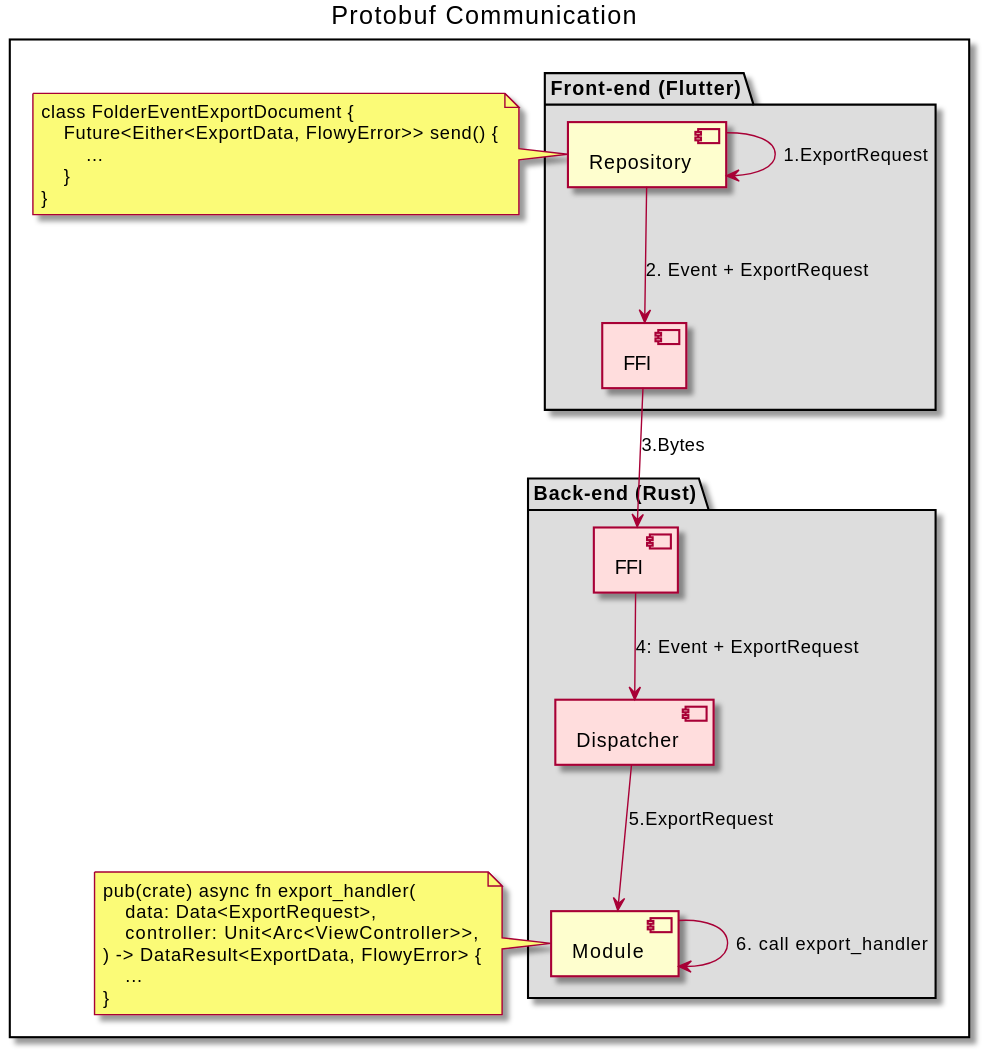
AppFlowy-IO/AppFlowy-Docs keeps this PlantUML diagram as uml/output/FlowySDK-Protobuf_Communication.svg. Above is the earlier version.
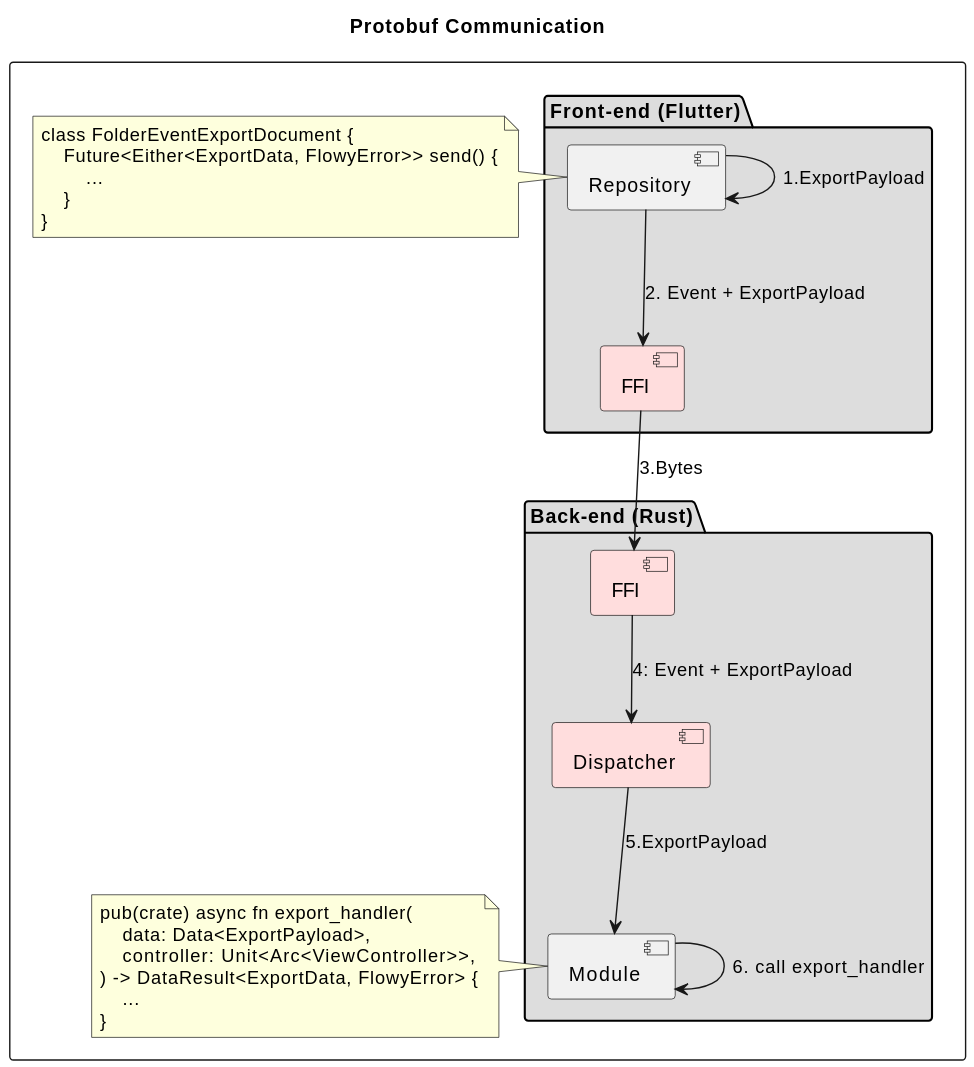
Later version of the same file.

Commit message:
chore: udpate diagram of protobuf

Diff of the diagram source:
```diff
@@ -22,7 +22,7 @@
     }
     note left of Module
     pub(crate) async fn export_handler(
-        data: Data<ExportRequest>,
+        data: Data<ExportPayload>,
         controller: Unit<Arc<ViewController>>,
     ) -> DataResult<ExportData, FlowyError> {
         ...
@@ -30,10 +30,10 @@
     end note
 }
 
-Repository --> Repository: 1.ExportRequest
-Repository --> FFI_Frontend: 2. Event + ExportRequest
+Repository --> Repository: 1.ExportPayload
+Repository --> FFI_Frontend: 2. Event + ExportPayload
 FFI_Frontend --> FFI_Backend: 3.Bytes
-FFI_Backend --> Dispatcher: 4: Event + ExportRequest
-Dispatcher --> Module: 5.ExportRequest
+FFI_Backend --> Dispatcher: 4: Event + ExportPayload
+Dispatcher --> Module: 5.ExportPayload
 Module --> Module : 6. call export_handler
 @enduml
```
